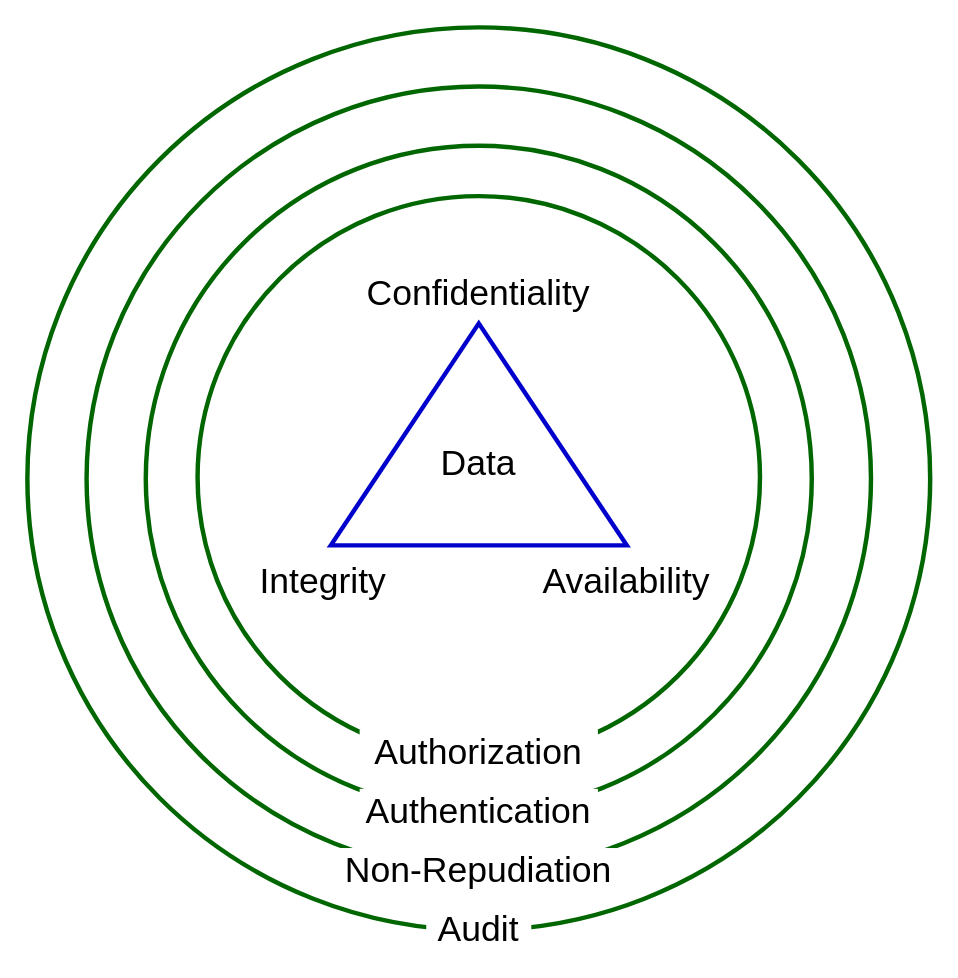
Before: page "overview" (1 of 2) of source/reference_documents/elaboration_documents/Understanding the Extended CIA Model/images/source/extended CIA model.drawio in nutonomy/AVCDL, a draw.io diagram. Source tidied: cells renumbered, new cells numbered last; positions are measured from the earlier drawing's top-left corner, leaving out a move shared by most shapes. Both pictures are drawn from the tidied source at 148%, with x=0, y=0 at pixel (27, 27).
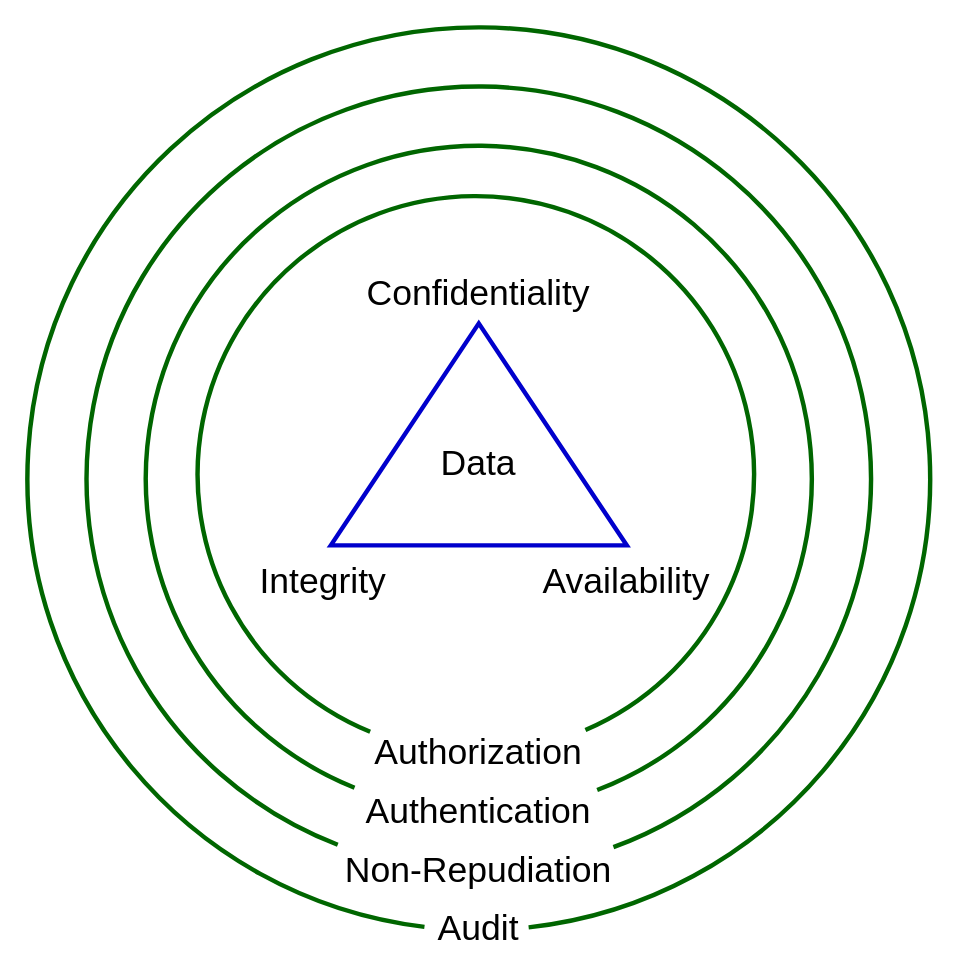
Above is the later version.

Diff of the diagram source:
```diff
@@
 <mxGraphModel>
   <root>
     <mxCell id="0" />
+    <mxCell id="16" parent="0" />
+    <mxCell id="17" style="verticalLabelPosition=bottom;verticalAlign=top;html=1;shape=mxgraph.basic.arc;startAngle=0.5191978531084018;endAngle=0.4823883562613614;fillColor=none;strokeColor=#006600;strokeWidth=3;" parent="16" vertex="1">
+      <mxGeometry width="610" height="610" as="geometry" />
+    </mxCell>
+    <mxCell id="18" style="verticalLabelPosition=bottom;verticalAlign=top;html=1;shape=mxgraph.basic.arc;startAngle=0.5585485947694075;endAngle=0.444216729210609;fillColor=none;strokeColor=#006600;strokeWidth=3;" parent="16" vertex="1">
+      <mxGeometry x="40" y="40" width="530" height="530" as="geometry" />
+    </mxCell>
+    <mxCell id="19" style="verticalLabelPosition=bottom;verticalAlign=top;html=1;shape=mxgraph.basic.arc;startAngle=0.5608575134116165;endAngle=0.44214290058275885;fillColor=none;strokeColor=#006600;strokeWidth=3;" parent="16" vertex="1">
+      <mxGeometry x="80" y="80" width="450" height="450" as="geometry" />
+    </mxCell>
+    <mxCell id="20" style="verticalLabelPosition=bottom;verticalAlign=top;html=1;shape=mxgraph.basic.arc;startAngle=0.5619984455360418;endAngle=0.4355594707954217;fillColor=none;strokeColor=#006600;strokeWidth=3;" parent="16" vertex="1">
+      <mxGeometry x="115" y="114" width="376" height="376" as="geometry" />
+    </mxCell>
     <mxCell id="1" parent="0" />
-    <mxCell id="2" style="ellipse;whiteSpace=wrap;html=1;strokeColor=#006600;strokeWidth=3;fillColor=none;" parent="1" vertex="1">
-      <mxGeometry x="115" y="114" width="380" height="380" as="geometry" />
-    </mxCell>
-    <mxCell id="3" style="ellipse;whiteSpace=wrap;html=1;strokeColor=#006600;strokeWidth=3;fillColor=none;" parent="1" vertex="1">
-      <mxGeometry x="80" y="80" width="450" height="450" as="geometry" />
-    </mxCell>
-    <mxCell id="4" style="ellipse;whiteSpace=wrap;html=1;strokeColor=#006600;strokeWidth=3;fillColor=none;" parent="1" vertex="1">
-      <mxGeometry x="40" y="40" width="530" height="530" as="geometry" />
-    </mxCell>
-    <mxCell id="5" style="ellipse;whiteSpace=wrap;html=1;strokeColor=#006600;strokeWidth=3;fillColor=none;" parent="1" vertex="1">
-      <mxGeometry width="610" height="610" as="geometry" />
-    </mxCell>
-    <mxCell id="6" value="&lt;font style=&quot;font-size: 24px&quot;&gt;Audit&lt;/font&gt;" style="text;html=1;strokeColor=#FFFFFF;fillColor=default;align=center;verticalAlign=middle;whiteSpace=wrap;rounded=0;labelBackgroundColor=#FFFFFF;rotation=0;" parent="1" vertex="1">
-      <mxGeometry x="270" y="595" width="70" height="30" as="geometry" />
+    <mxCell id="6" value="&lt;font style=&quot;font-size: 24px&quot;&gt;Audit&lt;/font&gt;" style="text;html=1;strokeColor=none;fillColor=none;align=center;verticalAlign=middle;whiteSpace=wrap;rounded=0;labelBackgroundColor=none;rotation=0;" parent="1" vertex="1">
+      <mxGeometry x="270" y="594" width="70" height="30" as="geometry" />
     </mxCell>
-    <mxCell id="7" value="&lt;font style=&quot;font-size: 24px&quot;&gt;Non-Repudiation&lt;/font&gt;" style="text;html=1;strokeColor=#FFFFFF;fillColor=default;align=center;verticalAlign=middle;whiteSpace=wrap;rounded=0;labelBackgroundColor=#FFFFFF;rotation=0;" parent="1" vertex="1">
+    <mxCell id="7" value="&lt;font style=&quot;font-size: 24px&quot;&gt;Non-Repudiation&lt;/font&gt;" style="text;html=1;strokeColor=none;fillColor=none;align=center;verticalAlign=middle;whiteSpace=wrap;rounded=0;labelBackgroundColor=none;rotation=0;" parent="1" vertex="1">
       <mxGeometry x="210" y="555" width="190" height="30" as="geometry" />
     </mxCell>
-    <mxCell id="8" value="&lt;font style=&quot;font-size: 24px&quot;&gt;Authentication&lt;/font&gt;" style="text;html=1;strokeColor=#FFFFFF;fillColor=default;align=center;verticalAlign=middle;whiteSpace=wrap;rounded=0;labelBackgroundColor=#FFFFFF;rotation=0;" parent="1" vertex="1">
+    <mxCell id="8" value="&lt;font style=&quot;font-size: 24px&quot;&gt;Authentication&lt;/font&gt;" style="text;html=1;strokeColor=none;fillColor=none;align=center;verticalAlign=middle;whiteSpace=wrap;rounded=0;labelBackgroundColor=none;rotation=0;" parent="1" vertex="1">
       <mxGeometry x="225" y="515" width="160" height="30" as="geometry" />
     </mxCell>
-    <mxCell id="9" value="&lt;font style=&quot;font-size: 24px&quot;&gt;Authorization&lt;/font&gt;" style="text;html=1;strokeColor=#FFFFFF;fillColor=default;align=center;verticalAlign=middle;whiteSpace=wrap;rounded=0;labelBackgroundColor=#FFFFFF;rotation=0;" parent="1" vertex="1">
+    <mxCell id="9" value="&lt;font style=&quot;font-size: 24px&quot;&gt;Authorization&lt;/font&gt;" style="text;html=1;strokeColor=none;fillColor=none;align=center;verticalAlign=middle;whiteSpace=wrap;rounded=0;labelBackgroundColor=none;rotation=0;" parent="1" vertex="1">
       <mxGeometry x="225" y="475" width="160" height="30" as="geometry" />
     </mxCell>
     <mxCell id="10" parent="0" />
-    <mxCell id="11" value="&lt;font style=&quot;font-size: 24px&quot;&gt;Availability&lt;/font&gt;" style="text;html=1;strokeColor=none;fillColor=none;align=center;verticalAlign=middle;whiteSpace=wrap;rounded=0;labelBackgroundColor=#FFFFFF;" parent="10" vertex="1">
+    <mxCell id="11" value="&lt;font style=&quot;font-size: 24px&quot;&gt;Availability&lt;/font&gt;" style="text;html=1;strokeColor=none;fillColor=none;align=center;verticalAlign=middle;whiteSpace=wrap;rounded=0;labelBackgroundColor=none;" parent="10" vertex="1">
       <mxGeometry x="340" y="360" width="130" height="30" as="geometry" />
     </mxCell>
-    <mxCell id="12" value="&lt;font style=&quot;font-size: 24px&quot;&gt;Integrity&lt;/font&gt;" style="text;html=1;strokeColor=none;fillColor=none;align=center;verticalAlign=middle;whiteSpace=wrap;rounded=0;labelBackgroundColor=#FFFFFF;" parent="10" vertex="1">
+    <mxCell id="12" value="&lt;font style=&quot;font-size: 24px&quot;&gt;Integrity&lt;/font&gt;" style="text;html=1;strokeColor=none;fillColor=none;align=center;verticalAlign=middle;whiteSpace=wrap;rounded=0;labelBackgroundColor=none;" parent="10" vertex="1">
       <mxGeometry x="150" y="360" width="100" height="30" as="geometry" />
     </mxCell>
-    <mxCell id="13" value="&lt;font style=&quot;font-size: 24px&quot;&gt;Confidentiality&lt;/font&gt;" style="text;html=1;strokeColor=#FFFFFF;fillColor=none;align=center;verticalAlign=middle;whiteSpace=wrap;rounded=0;labelBackgroundColor=#FFFFFF;gradientColor=none;" parent="10" vertex="1">
+    <mxCell id="13" value="&lt;font style=&quot;font-size: 24px&quot;&gt;Confidentiality&lt;/font&gt;" style="text;html=1;strokeColor=none;fillColor=none;align=center;verticalAlign=middle;whiteSpace=wrap;rounded=0;labelBackgroundColor=none;gradientColor=none;" parent="10" vertex="1">
       <mxGeometry x="200" y="165" width="210" height="30" as="geometry" />
     </mxCell>
     <mxCell id="14" style="triangle;whiteSpace=wrap;html=1;rotation=-90;fillColor=none;strokeWidth=3;strokeColor=#0000CC;" parent="10" vertex="1">
       <mxGeometry x="230" y="175" width="150" height="200" as="geometry" />
     </mxCell>
-    <mxCell id="15" value="&lt;font style=&quot;font-size: 24px&quot;&gt;Data&lt;/font&gt;" style="text;html=1;strokeColor=none;fillColor=none;align=center;verticalAlign=middle;whiteSpace=wrap;rounded=0;labelBackgroundColor=#FFFFFF;" parent="10" vertex="1">
+    <mxCell id="15" value="&lt;font style=&quot;font-size: 24px&quot;&gt;Data&lt;/font&gt;" style="text;html=1;strokeColor=none;fillColor=none;align=center;verticalAlign=middle;whiteSpace=wrap;rounded=0;labelBackgroundColor=none;" parent="10" vertex="1">
       <mxGeometry x="256.2" y="280" width="97.5" height="30" as="geometry" />
     </mxCell>
   </root>
 </mxGraphModel>
```
